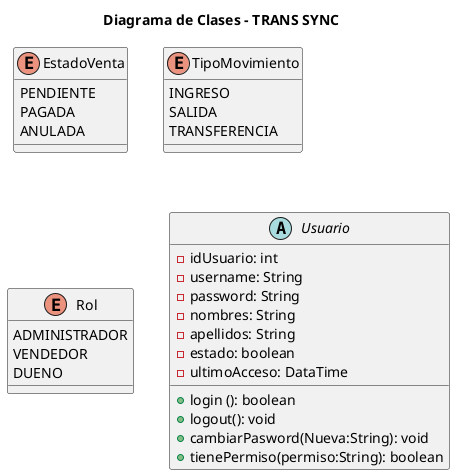
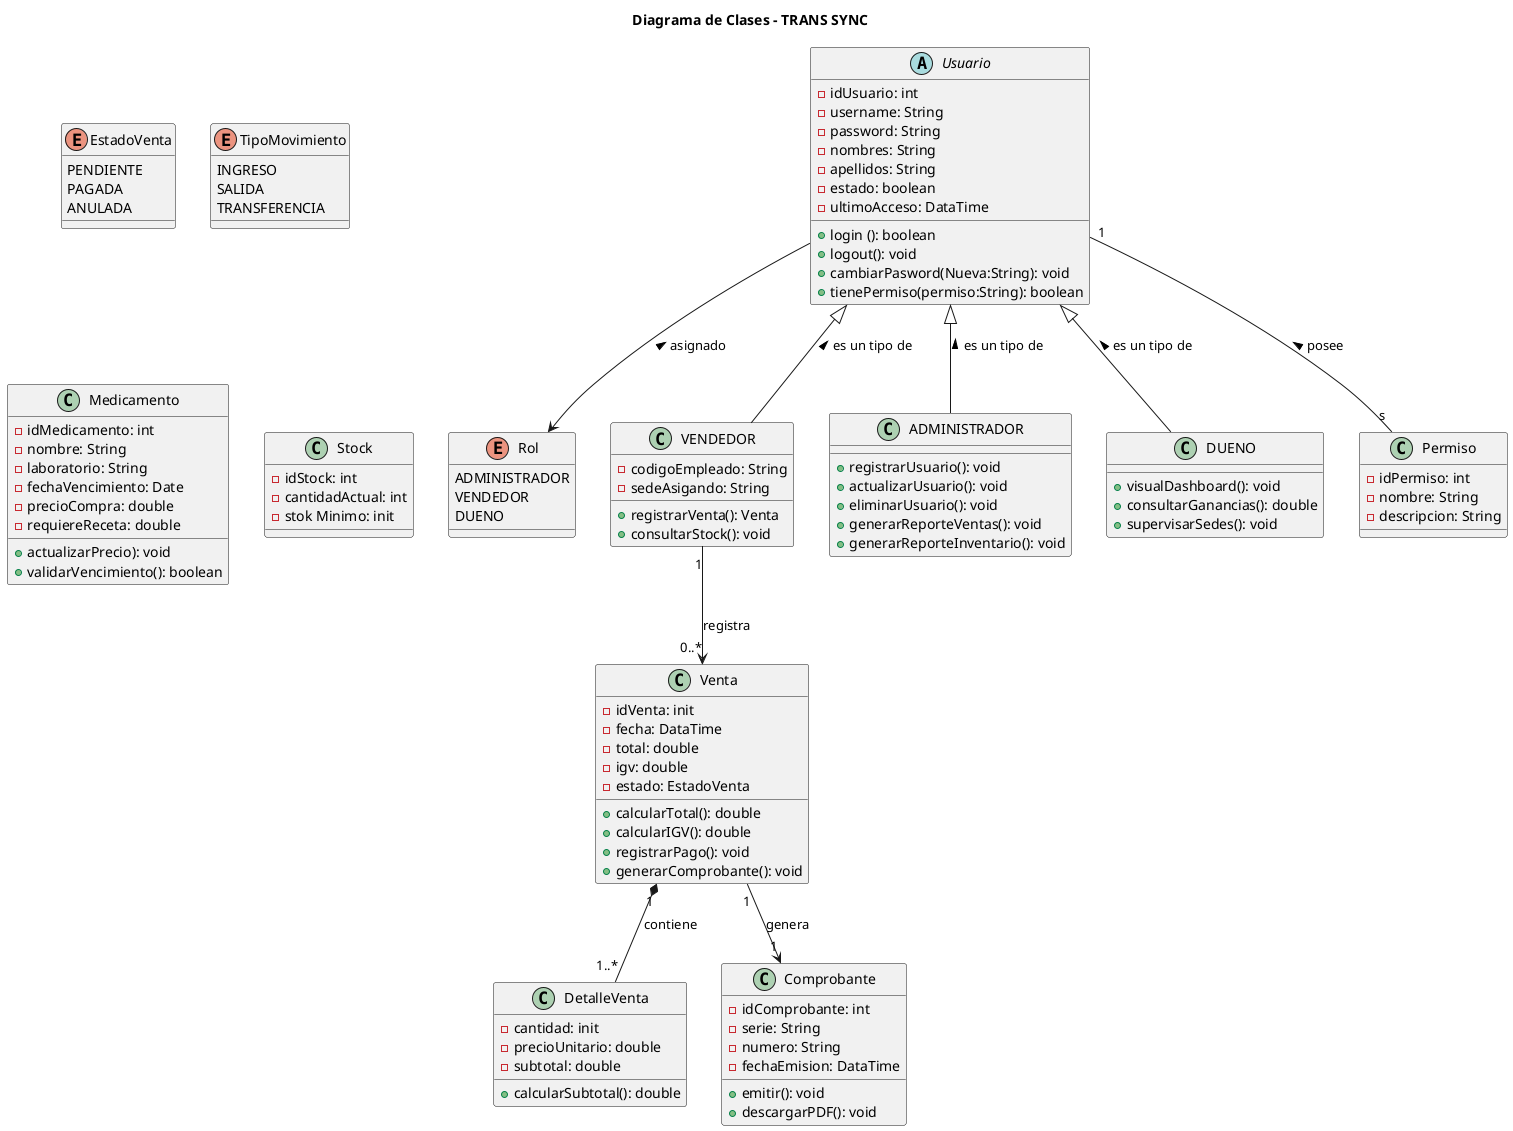
@startuml
title Diagrama de Clases - TRANS SYNC
'###################################################
' ENUMNS
'#####################################################
enum EstadoVenta {
   PENDIENTE
   PAGADA
   ANULADA
}
enum TipoMovimiento {
   INGRESO
   SALIDA
   TRANSFERENCIA
}
enum Rol {
   ADMINISTRADOR
   VENDEDOR
   DUENO
}

'######################################################################
'USUARIOS
'##############################################################################

abstract class Usuario {
    - idUsuario: int
    - username: String
    - password: String
    - nombres: String
    - apellidos: String
    - estado: boolean
    - ultimoAcceso: DataTime

    + login (): boolean
    + logout(): void
    + cambiarPasword(Nueva:String): void
    + tienePermiso(permiso:String): boolean
}
+ class VENDEDOR{
+     - codigoEmpleado: String
+     - sedeAsigando: String
+ 
+     + registrarVenta(): Venta
+     + consultarStock(): void
+ }
+ class ADMINISTRADOR{
+     + registrarUsuario(): void
+     + actualizarUsuario(): void
+     + eliminarUsuario(): void
+     + generarReporteVentas(): void
+     + generarReporteInventario(): void
+ }
+ class DUENO{
+     + visualDashboard(): void
+     + consultarGanancias(): double
+     + supervisarSedes(): void
+ }
+ 
+ Usuario <|-- VENDEDOR : es un tipo de <
+ Usuario <|-- ADMINISTRADOR : es un tipo de <
+ Usuario <|-- DUENO : es un tipo de <
+ 
+ class Permiso {
+     - idPermiso: int
+     - nombre: String
+     - descripcion: String
+ }
+ 
+ Usuario "1" -- "s" Permiso : posee <
+ Usuario --> Rol : asignado <
+ 
+ 
+ '============================
+ 'VENTAS
+ '============================
+ 
+ class Venta{
+     - idVenta: init
+     - fecha: DataTime
+     - total: double
+     - igv: double
+     - estado: EstadoVenta
+ 
+     + calcularTotal(): double
+     + calcularIGV(): double
+     + registrarPago(): void
+     + generarComprobante(): void
+ }
+ class DetalleVenta {
+     - cantidad: init
+     - precioUnitario: double
+     - subtotal: double
+ 
+     + calcularSubtotal(): double
+ }
+ class Comprobante {
+     - idComprobante: int
+     - serie: String
+     - numero: String
+     - fechaEmision: DataTime
+ 
+     + emitir(): void
+     + descargarPDF(): void
+ }
+ 
+ Venta "1" *-- "1..*" DetalleVenta : contiene
+ Venta "1" --> "1" Comprobante : genera
+ VENDEDOR "1" --> "0..*" Venta : registra
+ 
+ '============================
+ 'INVENTARIO
+ '============================
+ 
+ class Medicamento {
+     - idMedicamento: int
+     - nombre: String
+     - laboratorio: String
+     - fechaVencimiento: Date
+     - precioCompra: double
+     - requiereReceta: double
+ 
+     + actualizarPrecio): void
+     + validarVencimiento(): boolean
+ }
+ class Stock {
+     - idStock: int
+     - cantidadActual: int
+     - stok Minimo: init
+ 
+ }
+ 
+ 
@enduml